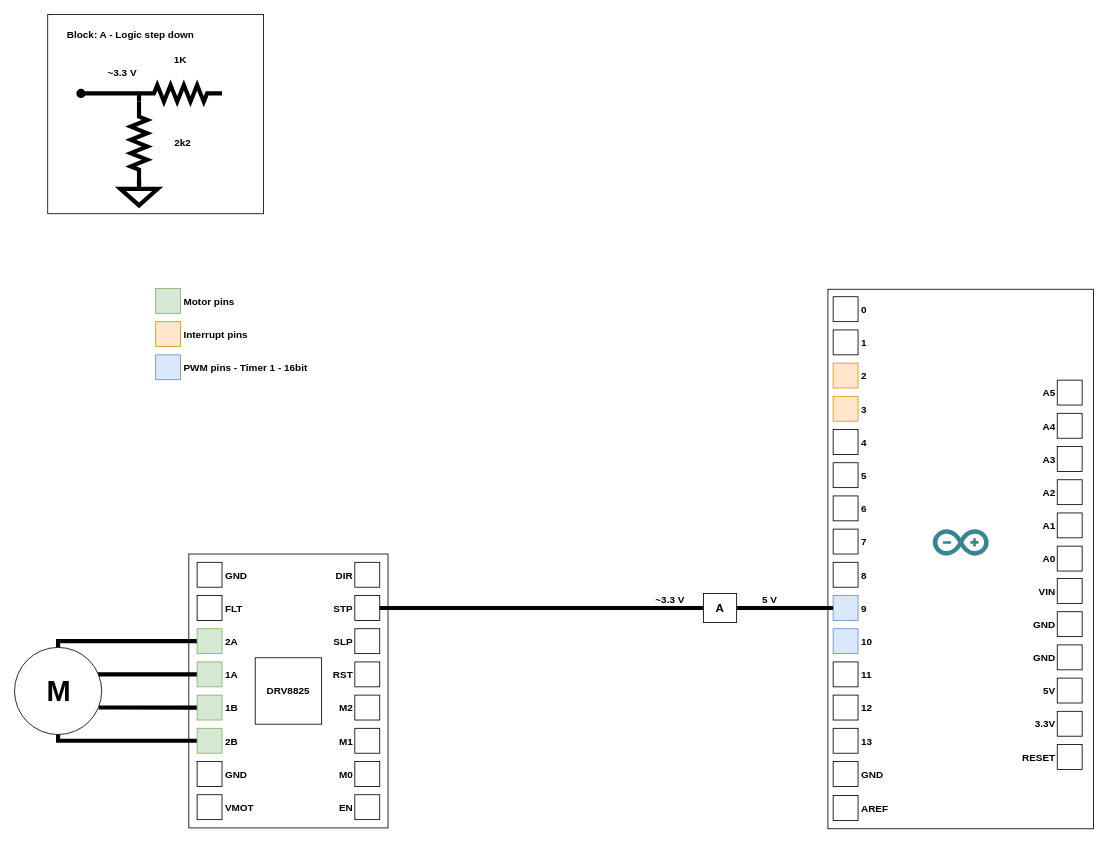
Wauro21/SMC keeps this draw.io diagram as page "Page-1" (1 of 3) of design/block_diagram.drawio. Above is the earlier version. Source tidied: cells renumbered, new cells numbered last; positions are measured from the earlier drawing's top-left corner, leaving out a move shared by most shapes. Both pictures are drawn from the tidied source at 83%, with x=0, y=0 at pixel (14, 14).
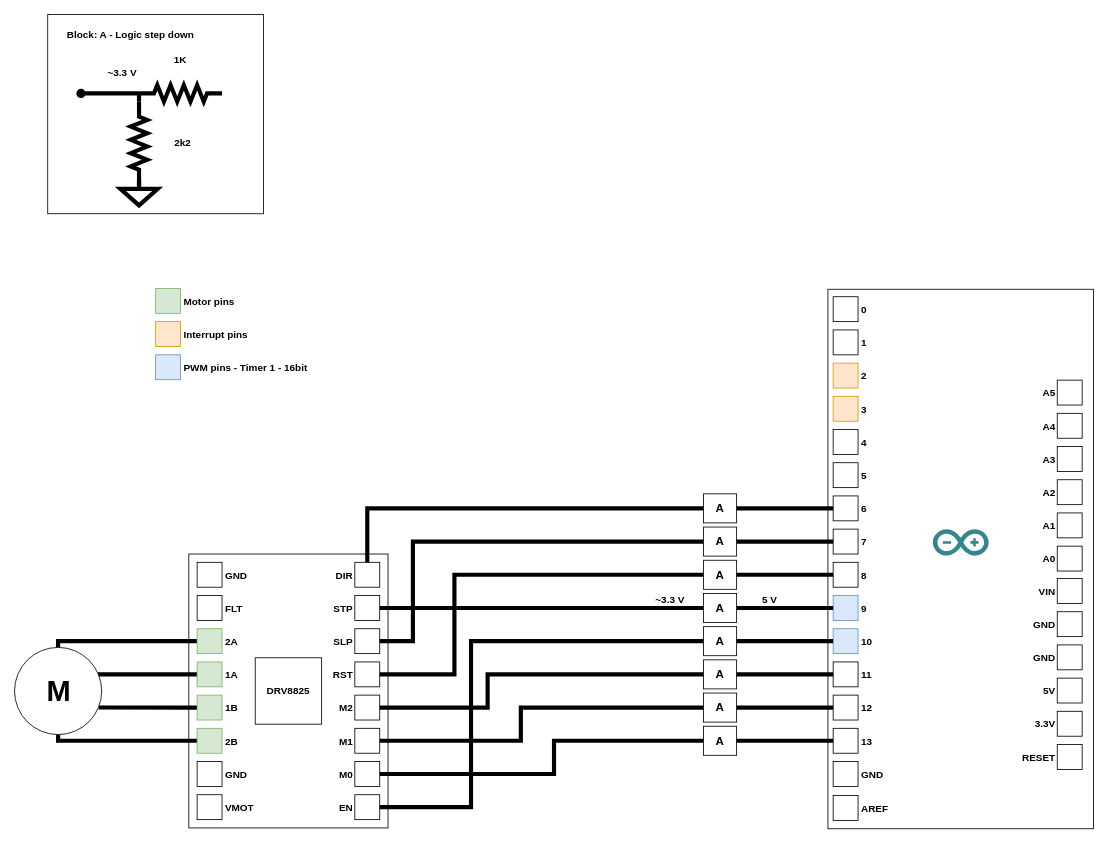
After the change.

Unchanged cells that the change refers to:
```xml
<mxCell id="15" value="DIR" style="fontStyle=1;labelPosition=left;verticalLabelPosition=middle;align=right;verticalAlign=middle;spacingLeft=2;" parent="1" vertex="1">
  <mxGeometry x="410" y="660" width="30" height="30" as="geometry" />
</mxCell>
<mxCell id="16" value="STP" style="fontStyle=1;labelPosition=left;verticalLabelPosition=middle;align=right;verticalAlign=middle;spacingLeft=2;" parent="1" vertex="1">
  <mxGeometry x="410" y="700" width="30" height="30" as="geometry" />
</mxCell>
<mxCell id="17" value="SLP" style="fontStyle=1;labelPosition=left;verticalLabelPosition=middle;align=right;verticalAlign=middle;spacingLeft=2;" parent="1" vertex="1">
  <mxGeometry x="410" y="740" width="30" height="30" as="geometry" />
</mxCell>
<mxCell id="18" value="RST" style="fontStyle=1;labelPosition=left;verticalLabelPosition=middle;align=right;verticalAlign=middle;spacingLeft=2;" parent="1" vertex="1">
  <mxGeometry x="410" y="780" width="30" height="30" as="geometry" />
</mxCell>
<mxCell id="19" value="M2" style="fontStyle=1;labelPosition=left;verticalLabelPosition=middle;align=right;verticalAlign=middle;spacingLeft=2;" parent="1" vertex="1">
  <mxGeometry x="410" y="820" width="30" height="30" as="geometry" />
</mxCell>
<mxCell id="20" value="M1" style="fontStyle=1;labelPosition=left;verticalLabelPosition=middle;align=right;verticalAlign=middle;spacingLeft=2;" parent="1" vertex="1">
  <mxGeometry x="410" y="860" width="30" height="30" as="geometry" />
</mxCell>
<mxCell id="21" value="M0" style="fontStyle=1;labelPosition=left;verticalLabelPosition=middle;align=right;verticalAlign=middle;spacingLeft=2;" parent="1" vertex="1">
  <mxGeometry x="410" y="900" width="30" height="30" as="geometry" />
</mxCell>
<mxCell id="22" value="EN" style="fontStyle=1;labelPosition=left;verticalLabelPosition=middle;align=right;verticalAlign=middle;spacingLeft=2;" parent="1" vertex="1">
  <mxGeometry x="410" y="940" width="30" height="30" as="geometry" />
</mxCell>
<mxCell id="35" value="6" style="fontStyle=1;labelPosition=right;verticalLabelPosition=middle;align=left;verticalAlign=middle;spacingLeft=2;" parent="26" vertex="1">
  <mxGeometry x="6.3" y="249" width="30" height="30" as="geometry" />
</mxCell>
<mxCell id="36" value="7" style="fontStyle=1;labelPosition=right;verticalLabelPosition=middle;align=left;verticalAlign=middle;spacingLeft=2;" parent="26" vertex="1">
  <mxGeometry x="6.3" y="289" width="30" height="30" as="geometry" />
</mxCell>
<mxCell id="37" value="8" style="fontStyle=1;labelPosition=right;verticalLabelPosition=middle;align=left;verticalAlign=middle;spacingLeft=2;" parent="26" vertex="1">
  <mxGeometry x="6.3" y="329" width="30" height="30" as="geometry" />
</mxCell>
<mxCell id="39" value="10" style="fontStyle=1;labelPosition=right;verticalLabelPosition=middle;align=left;verticalAlign=middle;spacingLeft=2;fillColor=#dae8fc;strokeColor=#6c8ebf;" parent="26" vertex="1">
  <mxGeometry x="6.3" y="409" width="30" height="30" as="geometry" />
</mxCell>
<mxCell id="40" value="11" style="fontStyle=1;labelPosition=right;verticalLabelPosition=middle;align=left;verticalAlign=middle;spacingLeft=2;" parent="26" vertex="1">
  <mxGeometry x="6.3" y="449" width="30" height="30" as="geometry" />
</mxCell>
<mxCell id="41" value="12" style="fontStyle=1;labelPosition=right;verticalLabelPosition=middle;align=left;verticalAlign=middle;spacingLeft=2;" parent="26" vertex="1">
  <mxGeometry x="6.3" y="489" width="30" height="30" as="geometry" />
</mxCell>
<mxCell id="42" value="13" style="fontStyle=1;labelPosition=right;verticalLabelPosition=middle;align=left;verticalAlign=middle;spacingLeft=2;" parent="26" vertex="1">
  <mxGeometry x="6.3" y="529" width="30" height="30" as="geometry" />
</mxCell>
<mxCell id="75" value="&lt;b&gt;&lt;font style=&quot;font-size: 14px;&quot;&gt;A&lt;/font&gt;&lt;/b&gt;" style="rounded=0;whiteSpace=wrap;html=1;" parent="1" vertex="1">
  <mxGeometry x="830" y="697.5" width="40" height="35" as="geometry" />
</mxCell>
```

The edit, as a diff of the source:
```diff
@@
     <mxCell id="60" style="edgeStyle=orthogonalEdgeStyle;rounded=0;jettySize=auto;html=1;exitX=1;exitY=0.5;exitDx=0;exitDy=0;strokeWidth=5;endArrow=none;endFill=0;entryX=0;entryY=0.5;entryDx=0;entryDy=0;fontStyle=1;" parent="1" edge="1" source="16" target="75">
-      <mxGeometry relative="1" as="geometry" />
+      <mxGeometry relative="1" as="geometry">
+        <Array as="points">
+          <mxPoint x="480" y="715" />
+          <mxPoint x="480" y="715" />
+        </Array>
+      </mxGeometry>
     </mxCell>
@@
+    <mxCell id="76" style="edgeStyle=orthogonalEdgeStyle;rounded=0;jettySize=auto;html=1;entryX=1;entryY=0.5;entryDx=0;entryDy=0;strokeWidth=5;endArrow=none;endFill=0;" parent="1" edge="1" source="77" target="21">
+      <mxGeometry relative="1" as="geometry">
+        <Array as="points">
+          <mxPoint x="650" y="875" />
+          <mxPoint x="650" y="915" />
+        </Array>
+      </mxGeometry>
+    </mxCell>
+    <mxCell id="77" value="&lt;b&gt;&lt;font style=&quot;font-size: 14px;&quot;&gt;A&lt;/font&gt;&lt;/b&gt;" style="rounded=0;whiteSpace=wrap;html=1;" parent="1" vertex="1">
+      <mxGeometry x="830" y="857.5" width="40" height="35" as="geometry" />
+    </mxCell>
+    <mxCell id="78" style="edgeStyle=orthogonalEdgeStyle;rounded=0;jettySize=auto;html=1;entryX=1;entryY=0.5;entryDx=0;entryDy=0;strokeWidth=5;endArrow=none;endFill=0;" parent="1" edge="1" source="79" target="19">
+      <mxGeometry relative="1" as="geometry">
+        <Array as="points">
+          <mxPoint x="570" y="795" />
+          <mxPoint x="570" y="835" />
+        </Array>
+      </mxGeometry>
+    </mxCell>
+    <mxCell id="79" value="&lt;b&gt;&lt;font style=&quot;font-size: 14px;&quot;&gt;A&lt;/font&gt;&lt;/b&gt;" style="rounded=0;whiteSpace=wrap;html=1;" parent="1" vertex="1">
+      <mxGeometry x="830" y="777.5" width="40" height="35" as="geometry" />
+    </mxCell>
+    <mxCell id="80" style="edgeStyle=orthogonalEdgeStyle;rounded=0;jettySize=auto;html=1;entryX=1;entryY=0.5;entryDx=0;entryDy=0;strokeWidth=5;endArrow=none;endFill=0;" parent="1" edge="1" source="81" target="20">
+      <mxGeometry relative="1" as="geometry">
+        <Array as="points">
+          <mxPoint x="610" y="835" />
+          <mxPoint x="610" y="875" />
+        </Array>
+      </mxGeometry>
+    </mxCell>
+    <mxCell id="81" value="&lt;b&gt;&lt;font style=&quot;font-size: 14px;&quot;&gt;A&lt;/font&gt;&lt;/b&gt;" style="rounded=0;whiteSpace=wrap;html=1;" parent="1" vertex="1">
+      <mxGeometry x="830" y="817.5" width="40" height="35" as="geometry" />
+    </mxCell>
+    <mxCell id="82" style="edgeStyle=orthogonalEdgeStyle;rounded=0;jettySize=auto;html=1;exitX=0;exitY=0.5;exitDx=0;exitDy=0;entryX=1;entryY=0.5;entryDx=0;entryDy=0;strokeWidth=5;endArrow=none;endFill=0;" parent="1" edge="1" source="42" target="77">
+      <mxGeometry relative="1" as="geometry" />
+    </mxCell>
+    <mxCell id="83" style="edgeStyle=orthogonalEdgeStyle;rounded=0;jettySize=auto;html=1;exitX=0;exitY=0.5;exitDx=0;exitDy=0;entryX=1;entryY=0.5;entryDx=0;entryDy=0;strokeWidth=5;endArrow=none;endFill=0;" parent="1" edge="1" source="41" target="81">
+      <mxGeometry relative="1" as="geometry" />
+    </mxCell>
+    <mxCell id="84" style="edgeStyle=orthogonalEdgeStyle;rounded=0;jettySize=auto;html=1;exitX=0;exitY=0.5;exitDx=0;exitDy=0;strokeWidth=5;endArrow=none;endFill=0;" parent="1" edge="1" source="40" target="79">
+      <mxGeometry relative="1" as="geometry" />
+    </mxCell>
+    <mxCell id="85" style="edgeStyle=orthogonalEdgeStyle;rounded=0;jettySize=auto;html=1;exitX=0;exitY=0.5;exitDx=0;exitDy=0;entryX=1;entryY=0.5;entryDx=0;entryDy=0;strokeWidth=5;endArrow=none;endFill=0;" parent="1" edge="1" source="86" target="22">
+      <mxGeometry relative="1" as="geometry">
+        <Array as="points">
+          <mxPoint x="550" y="755" />
+          <mxPoint x="550" y="955" />
+        </Array>
+      </mxGeometry>
+    </mxCell>
+    <mxCell id="86" value="&lt;b&gt;&lt;font style=&quot;font-size: 14px;&quot;&gt;A&lt;/font&gt;&lt;/b&gt;" style="rounded=0;whiteSpace=wrap;html=1;" parent="1" vertex="1">
+      <mxGeometry x="830" y="737.5" width="40" height="35" as="geometry" />
+    </mxCell>
+    <mxCell id="87" style="edgeStyle=orthogonalEdgeStyle;rounded=0;jettySize=auto;html=1;exitX=0;exitY=0.5;exitDx=0;exitDy=0;entryX=1;entryY=0.5;entryDx=0;entryDy=0;strokeWidth=5;endArrow=none;endFill=0;" parent="1" edge="1" source="39" target="86">
+      <mxGeometry relative="1" as="geometry" />
+    </mxCell>
+    <mxCell id="88" style="edgeStyle=orthogonalEdgeStyle;rounded=0;jettySize=auto;html=1;exitX=0;exitY=0.5;exitDx=0;exitDy=0;entryX=1;entryY=0.5;entryDx=0;entryDy=0;strokeWidth=5;endArrow=none;endFill=0;" parent="1" edge="1" source="89" target="18">
+      <mxGeometry relative="1" as="geometry">
+        <Array as="points">
+          <mxPoint x="530" y="675" />
+          <mxPoint x="530" y="795" />
+        </Array>
+      </mxGeometry>
+    </mxCell>
+    <mxCell id="89" value="&lt;b&gt;&lt;font style=&quot;font-size: 14px;&quot;&gt;A&lt;/font&gt;&lt;/b&gt;" style="rounded=0;whiteSpace=wrap;html=1;" parent="1" vertex="1">
+      <mxGeometry x="830" y="657.5" width="40" height="35" as="geometry" />
+    </mxCell>
+    <mxCell id="90" style="edgeStyle=orthogonalEdgeStyle;rounded=0;jettySize=auto;html=1;exitX=0;exitY=0.5;exitDx=0;exitDy=0;entryX=1;entryY=0.5;entryDx=0;entryDy=0;strokeWidth=5;endArrow=none;endFill=0;" parent="1" edge="1" source="37" target="89">
+      <mxGeometry relative="1" as="geometry" />
+    </mxCell>
+    <mxCell id="91" style="edgeStyle=orthogonalEdgeStyle;rounded=0;jettySize=auto;html=1;exitX=0;exitY=0.5;exitDx=0;exitDy=0;strokeWidth=5;endArrow=none;endFill=0;entryX=1;entryY=0.5;entryDx=0;entryDy=0;" parent="1" edge="1" source="92" target="17">
+      <mxGeometry relative="1" as="geometry">
+        <Array as="points">
+          <mxPoint x="480" y="635" />
+          <mxPoint x="480" y="755" />
+        </Array>
+      </mxGeometry>
+    </mxCell>
+    <mxCell id="92" value="&lt;b&gt;&lt;font style=&quot;font-size: 14px;&quot;&gt;A&lt;/font&gt;&lt;/b&gt;" style="rounded=0;whiteSpace=wrap;html=1;" parent="1" vertex="1">
+      <mxGeometry x="830" y="617.5" width="40" height="35" as="geometry" />
+    </mxCell>
+    <mxCell id="93" style="edgeStyle=orthogonalEdgeStyle;rounded=0;jettySize=auto;html=1;exitX=0;exitY=0.5;exitDx=0;exitDy=0;entryX=1;entryY=0.5;entryDx=0;entryDy=0;strokeWidth=5;endArrow=none;endFill=0;" parent="1" edge="1" source="36" target="92">
+      <mxGeometry relative="1" as="geometry" />
+    </mxCell>
+    <mxCell id="94" style="edgeStyle=orthogonalEdgeStyle;rounded=0;jettySize=auto;html=1;exitX=0;exitY=0.5;exitDx=0;exitDy=0;entryX=0.5;entryY=0;entryDx=0;entryDy=0;strokeWidth=5;endArrow=none;endFill=0;" parent="1" edge="1" source="95" target="15">
+      <mxGeometry relative="1" as="geometry" />
+    </mxCell>
+    <mxCell id="95" value="&lt;b&gt;&lt;font style=&quot;font-size: 14px;&quot;&gt;A&lt;/font&gt;&lt;/b&gt;" style="rounded=0;whiteSpace=wrap;html=1;" parent="1" vertex="1">
+      <mxGeometry x="830" y="577.5" width="40" height="35" as="geometry" />
+    </mxCell>
+    <mxCell id="96" style="edgeStyle=orthogonalEdgeStyle;rounded=0;jettySize=auto;html=1;exitX=0;exitY=0.5;exitDx=0;exitDy=0;entryX=1;entryY=0.5;entryDx=0;entryDy=0;strokeWidth=5;endArrow=none;endFill=0;" parent="1" edge="1" source="35" target="95">
+      <mxGeometry relative="1" as="geometry" />
+    </mxCell>
```
